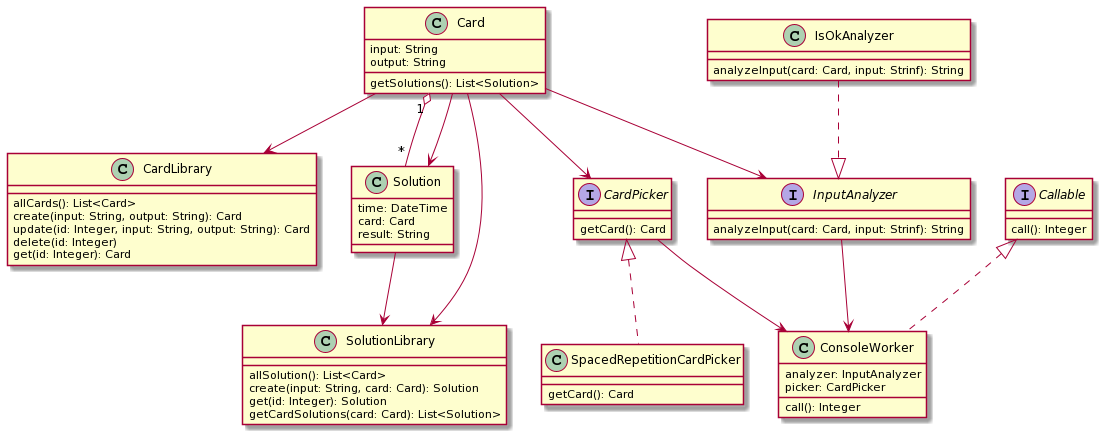
Before: staticUml.png, a diagram exported from PlantUML (ilya2204/flash-cards).
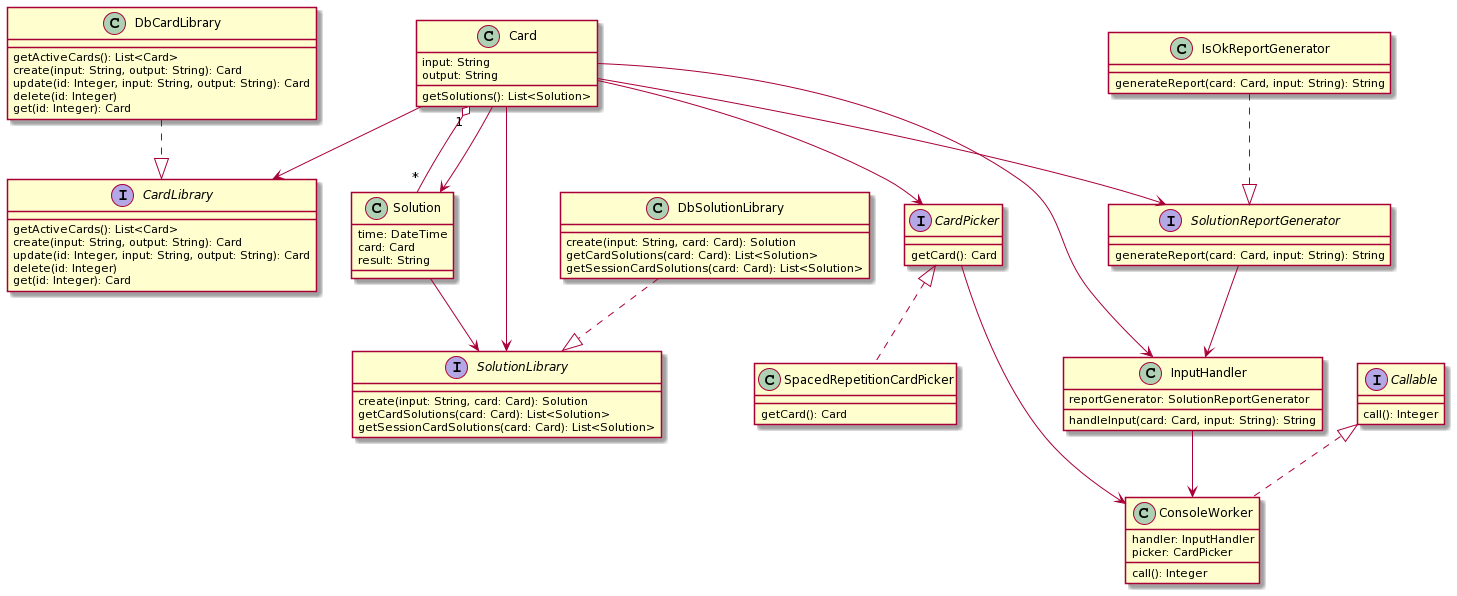
After the change.

Change to the diagram source:
```diff
@@ -5,8 +5,8 @@
    getSolutions(): List<Solution>
 }
 
-class CardLibrary {
-   allCards(): List<Card>
+class DbCardLibrary {
+   getActiveCards(): List<Card>
    create(input: String, output: String): Card
    update(id: Integer, input: String, output: String): Card
    delete(id: Integer)
@@ -14,19 +14,36 @@
 
 }
 
+interface CardLibrary {
+   getActiveCards(): List<Card>
+   create(input: String, output: String): Card
+   update(id: Integer, input: String, output: String): Card
+   delete(id: Integer)
+   get(id: Integer): Card
+
+}
+
+ DbCardLibrary ..|> CardLibrary
+
 class Solution {
    time: DateTime
    card: Card
    result: String
 }
 
-class SolutionLibrary {
-   allSolution(): List<Card>
+interface SolutionLibrary {
    create(input: String, card: Card): Solution
-   get(id: Integer): Solution
    getCardSolutions(card: Card): List<Solution>
+   getSessionCardSolutions(card: Card): List<Solution>
+}
 
+class DbSolutionLibrary {
+   create(input: String, card: Card): Solution
+   getCardSolutions(card: Card): List<Solution>
+   getSessionCardSolutions(card: Card): List<Solution>
 }
+
+DbSolutionLibrary ..|> SolutionLibrary
 
 interface CardPicker {
    getCard(): Card
@@ -36,19 +53,26 @@
    getCard(): Card
 }
 
-interface InputAnalyzer {
-   analyzeInput(card: Card, input: Strinf): String
+interface SolutionReportGenerator {
+   generateReport(card: Card, input: String): String
 }
 
-class IsOkAnalyzer {
-   analyzeInput(card: Card, input: Strinf): String
+class IsOkReportGenerator {
+   generateReport(card: Card, input: String): String
 }
+
+class InputHandler {
+   reportGenerator: SolutionReportGenerator
+   handleInput(card: Card, input: String): String
+}
+
+
 interface Callable {
 call(): Integer
 }
 
 class ConsoleWorker {
-analyzer: InputAnalyzer
+handler: InputHandler
 picker: CardPicker
 call(): Integer
 
@@ -63,12 +87,13 @@
 
 Card --> CardPicker
 Card --> CardLibrary
-Card --> InputAnalyzer
+Card --> InputHandler
 Card --> SolutionLibrary
+Card --> SolutionReportGenerator
 Solution --> SolutionLibrary
-IsOkAnalyzer ..|> InputAnalyzer
-
- InputAnalyzer --> ConsoleWorker
+IsOkReportGenerator ..|> SolutionReportGenerator
+SolutionReportGenerator --> InputHandler
+ InputHandler --> ConsoleWorker
  CardPicker --> ConsoleWorker
 
 
```
